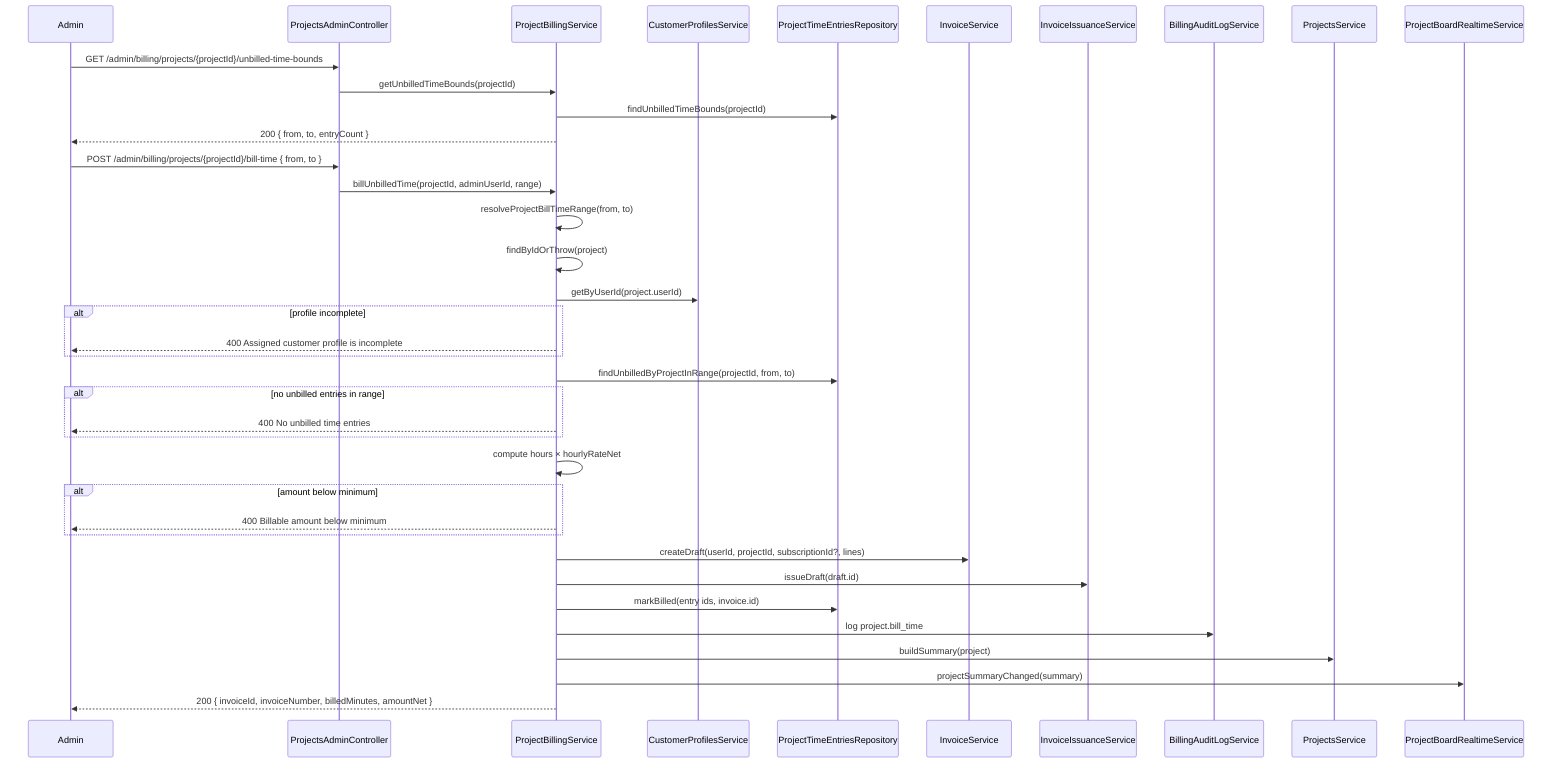
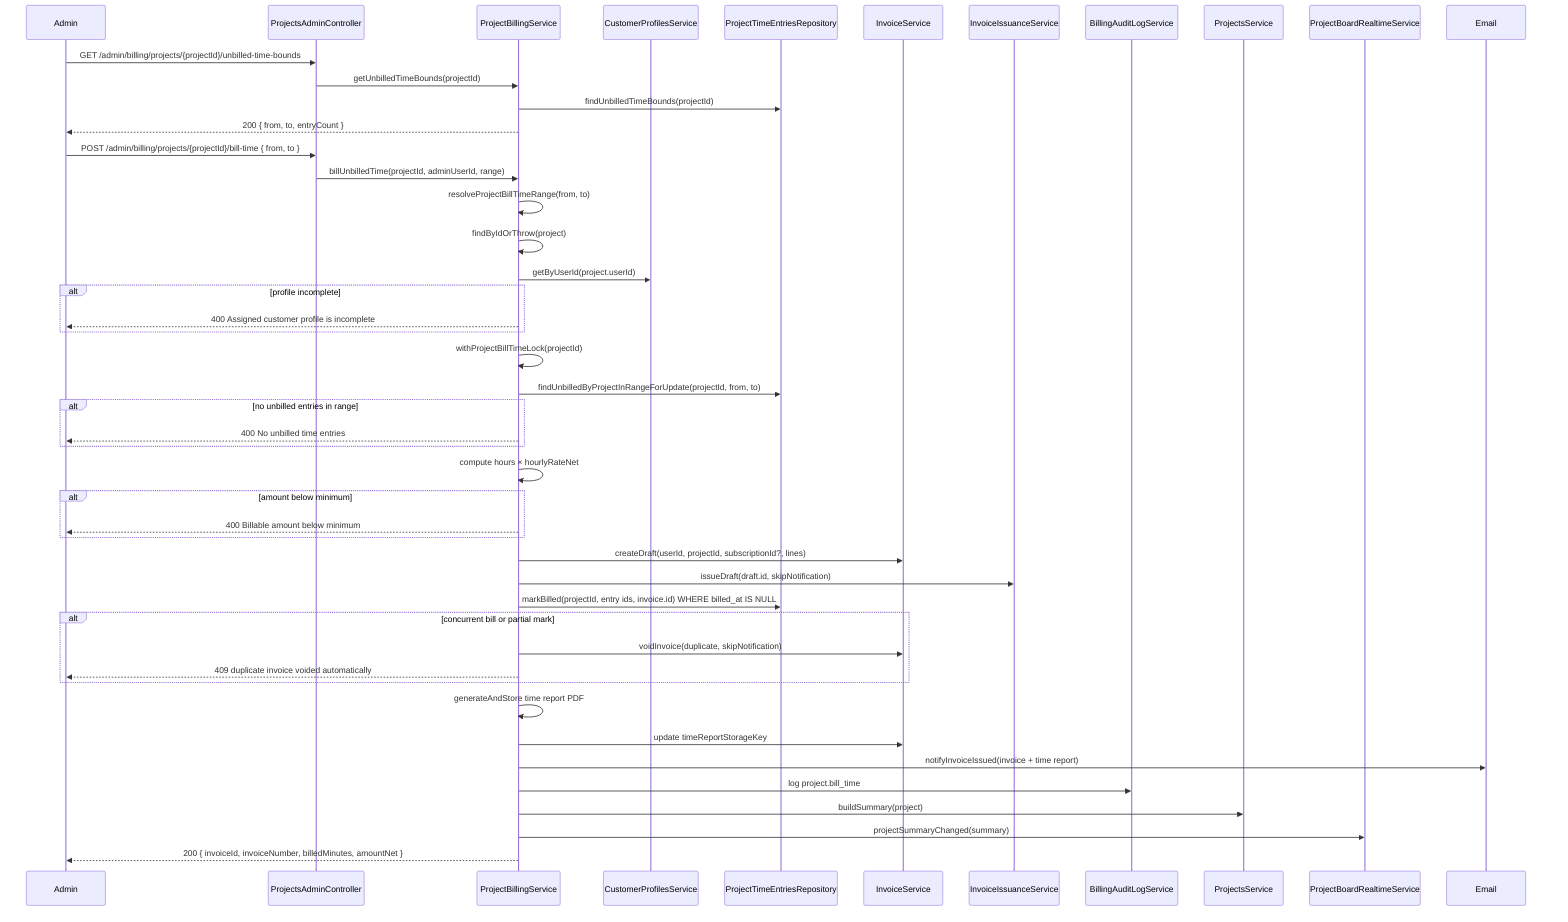
sequenceDiagram
    participant Admin
    participant API as ProjectsAdminController
    participant Billing as ProjectBillingService
    participant Profile as CustomerProfilesService
    participant Time as ProjectTimeEntriesRepository
    participant Invoice as InvoiceService
    participant Issue as InvoiceIssuanceService
    participant Audit as BillingAuditLogService
    participant Summary as ProjectsService
    participant RT as ProjectBoardRealtimeService

    Admin->>API: GET /admin/billing/projects/{projectId}/unbilled-time-bounds
    API->>Billing: getUnbilledTimeBounds(projectId)
    Billing->>Time: findUnbilledTimeBounds(projectId)
    Billing-->>Admin: 200 { from, to, entryCount }

    Admin->>API: POST /admin/billing/projects/{projectId}/bill-time { from, to }
    API->>Billing: billUnbilledTime(projectId, adminUserId, range)
    Billing->>Billing: resolveProjectBillTimeRange(from, to)
    Billing->>Billing: findByIdOrThrow(project)
    Billing->>Profile: getByUserId(project.userId)
    alt profile incomplete
        Billing-->>Admin: 400 Assigned customer profile is incomplete
    end
-     Billing->>Time: findUnbilledByProjectInRange(projectId, from, to)
+     Billing->>Billing: withProjectBillTimeLock(projectId)
+     Billing->>Time: findUnbilledByProjectInRangeForUpdate(projectId, from, to)
    alt no unbilled entries in range
        Billing-->>Admin: 400 No unbilled time entries
    end
    Billing->>Billing: compute hours × hourlyRateNet
    alt amount below minimum
        Billing-->>Admin: 400 Billable amount below minimum
    end
    Billing->>Invoice: createDraft(userId, projectId, subscriptionId?, lines)
-     Billing->>Issue: issueDraft(draft.id)
-     Billing->>Time: markBilled(entry ids, invoice.id)
+     Billing->>Issue: issueDraft(draft.id, skipNotification)
+     Billing->>Time: markBilled(projectId, entry ids, invoice.id) WHERE billed_at IS NULL
+     alt concurrent bill or partial mark
+         Billing->>Invoice: voidInvoice(duplicate, skipNotification)
+         Billing-->>Admin: 409 duplicate invoice voided automatically
+     end
+     Billing->>Billing: generateAndStore time report PDF
+     Billing->>Invoice: update timeReportStorageKey
+     Billing->>Email: notifyInvoiceIssued(invoice + time report)
    Billing->>Audit: log project.bill_time
    Billing->>Summary: buildSummary(project)
    Billing->>RT: projectSummaryChanged(summary)
    Billing-->>Admin: 200 { invoiceId, invoiceNumber, billedMinutes, amountNet }
